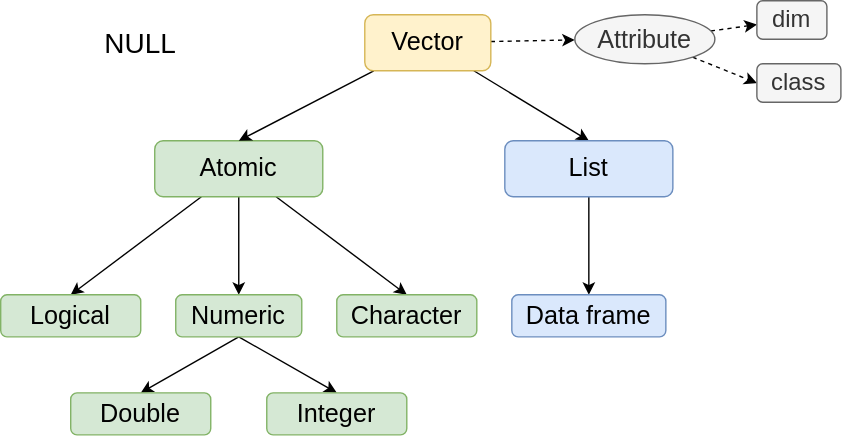
Before: diagrams/vector.drawio.svg, a diagram exported from draw.io (Lightbridge-KS/r-notes). Source tidied: cells renumbered, new cells last; positions are measured from the earlier drawing's top-left corner, leaving out a move shared by most shapes.
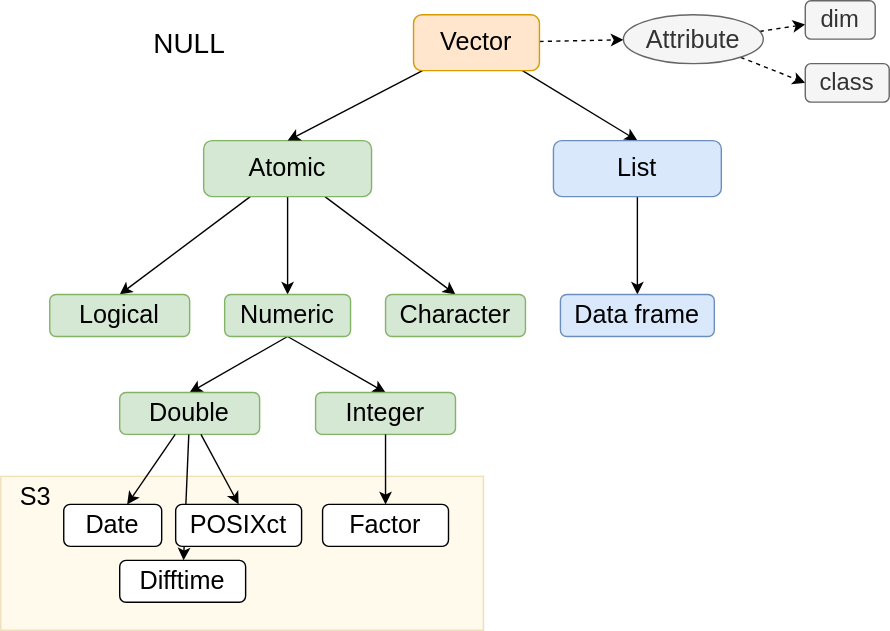
The same file after the commit.

What changed in the source:
```diff
@@ -35,7 +35,7 @@
     <mxCell id="12" value="&lt;span style=&quot;font-size: 18px&quot;&gt;Integer&lt;/span&gt;" style="rounded=1;whiteSpace=wrap;html=1;fillColor=#d5e8d4;strokeColor=#82b366;" parent="1" vertex="1">
       <mxGeometry x="190" y="280" width="100" height="30" as="geometry" />
     </mxCell>
-    <mxCell id="13" style="edgeStyle=none;html=1;entryX=0.5;entryY=0;entryDx=0;entryDy=0;fontSize=24;" parent="1" edge="1" source="16" target="5">
+    <mxCell id="13" style="edgeStyle=none;html=1;entryX=0.5;entryY=0;entryDx=0;entryDy=0;fontSize=24;strokeColor=none;" parent="1" edge="1" source="16" target="5">
       <mxGeometry relative="1" as="geometry" />
     </mxCell>
     <mxCell id="14" style="edgeStyle=none;html=1;entryX=0.5;entryY=0;entryDx=0;entryDy=0;fontSize=24;" parent="1" edge="1" source="16" target="18">
@@ -44,7 +44,10 @@
     <mxCell id="15" style="edgeStyle=none;html=1;fontSize=20;dashed=1;" parent="1" edge="1" source="16" target="22">
       <mxGeometry relative="1" as="geometry" />
     </mxCell>
+    <mxCell id="26" style="edgeStyle=none;html=1;entryX=0.5;entryY=0;entryDx=0;entryDy=0;fontSize=18;" parent="1" edge="1" source="16" target="5">
+      <mxGeometry relative="1" as="geometry" />
+    </mxCell>
-    <mxCell id="16" value="&lt;font style=&quot;font-size: 18px&quot;&gt;Vector&lt;/font&gt;" style="rounded=1;whiteSpace=wrap;html=1;fillColor=#fff2cc;strokeColor=#d6b656;" parent="1" vertex="1">
+    <mxCell id="16" value="&lt;font style=&quot;font-size: 18px&quot;&gt;Vector&lt;/font&gt;" style="rounded=1;whiteSpace=wrap;html=1;fillColor=#ffe6cc;strokeColor=#d79b00;" parent="1" vertex="1">
       <mxGeometry x="260" y="10" width="90" height="40" as="geometry" />
     </mxCell>
     <mxCell id="17" style="edgeStyle=none;html=1;fontSize=17;" parent="1" edge="1" source="18" target="25">
@@ -74,5 +77,35 @@
     <mxCell id="25" value="&lt;font style=&quot;font-size: 18px&quot;&gt;Data frame&lt;/font&gt;" style="whiteSpace=wrap;html=1;fillColor=#dae8fc;strokeColor=#6c8ebf;rounded=1;" parent="1" vertex="1">
       <mxGeometry x="365" y="210" width="110" height="30" as="geometry" />
     </mxCell>
+    <mxCell id="27" style="rounded=0;whiteSpace=wrap;html=1;fontSize=18;opacity=40;fillColor=#fff2cc;strokeColor=#d6b656;" parent="1" vertex="1">
+      <mxGeometry x="-35" y="340" width="345" height="110" as="geometry" />
+    </mxCell>
+    <mxCell id="28" value="&lt;span style=&quot;font-size: 18px&quot;&gt;Date&lt;/span&gt;" style="rounded=1;whiteSpace=wrap;html=1;" parent="1" vertex="1">
+      <mxGeometry x="10" y="360" width="70" height="30" as="geometry" />
+    </mxCell>
+    <mxCell id="29" value="&lt;font style=&quot;font-size: 18px&quot;&gt;S3&lt;/font&gt;" style="text;html=1;strokeColor=none;fillColor=none;align=center;verticalAlign=middle;whiteSpace=wrap;rounded=0;" parent="1" vertex="1">
+      <mxGeometry x="-30" y="340" width="40" height="30" as="geometry" />
+    </mxCell>
+    <mxCell id="30" value="&lt;span style=&quot;font-size: 18px&quot;&gt;Factor&lt;/span&gt;" style="rounded=1;whiteSpace=wrap;html=1;" parent="1" vertex="1">
+      <mxGeometry x="195" y="360" width="90" height="30" as="geometry" />
+    </mxCell>
+    <mxCell id="31" style="edgeStyle=none;html=1;entryX=0.5;entryY=0;entryDx=0;entryDy=0;" parent="1" edge="1" source="12" target="30">
+      <mxGeometry relative="1" as="geometry" />
+    </mxCell>
+    <mxCell id="32" style="edgeStyle=none;html=1;" parent="1" edge="1" source="11" target="28">
+      <mxGeometry relative="1" as="geometry" />
+    </mxCell>
+    <mxCell id="33" style="edgeStyle=none;html=1;entryX=0.5;entryY=0;entryDx=0;entryDy=0;" parent="1" edge="1" source="11" target="36">
+      <mxGeometry relative="1" as="geometry" />
+    </mxCell>
+    <mxCell id="34" value="&lt;span style=&quot;font-size: 18px&quot;&gt;Difftime&lt;/span&gt;" style="rounded=1;whiteSpace=wrap;html=1;" parent="1" vertex="1">
+      <mxGeometry x="50" y="400" width="90" height="30" as="geometry" />
+    </mxCell>
+    <mxCell id="35" style="edgeStyle=none;html=1;fontSize=18;" parent="1" edge="1" source="11" target="34">
+      <mxGeometry relative="1" as="geometry" />
+    </mxCell>
+    <mxCell id="36" value="&lt;span style=&quot;font-size: 18px&quot;&gt;POSIXct&lt;/span&gt;" style="rounded=1;whiteSpace=wrap;html=1;" parent="1" vertex="1">
+      <mxGeometry x="90" y="360" width="90" height="30" as="geometry" />
+    </mxCell>
   </root>
 </mxGraphModel>
```
